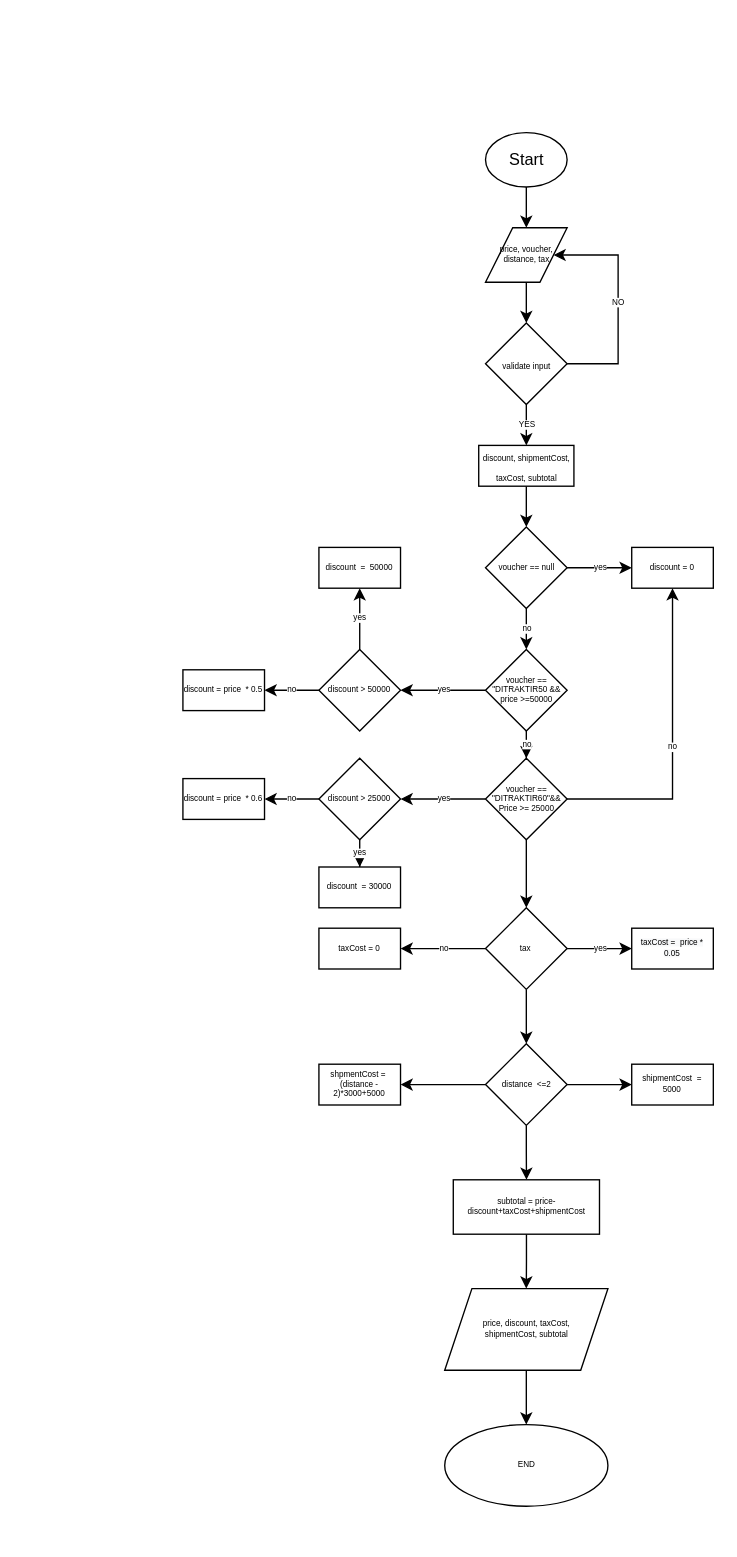
This is fazzFood.drawio from mindkeeper/code-implementation, a draw.io file, before an edit. Source tidied: cells renumbered, new cells numbered last; positions are measured from the earlier drawing's top-left corner, leaving out a move shared by most shapes. Both pictures are drawn from the tidied source at 136%, with x=0, y=0 at pixel (182, 132).
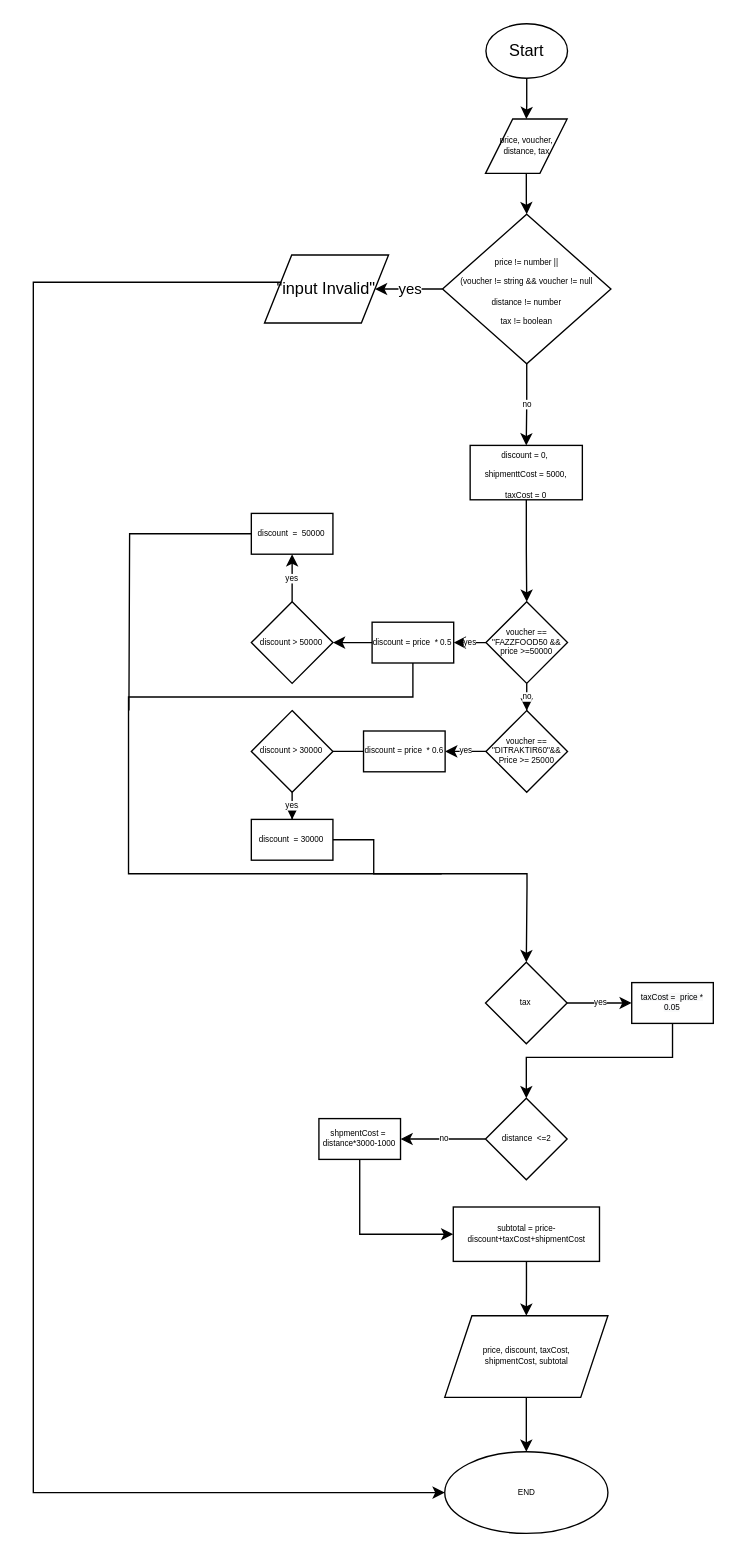
The same diagram, later.

The edit, as a diff of the source:
```diff
@@
     <mxCell id="3" value="Start" style="ellipse;whiteSpace=wrap;html=1;" parent="1" vertex="1">
-      <mxGeometry x="222.5" width="60" height="40" as="geometry" />
+      <mxGeometry x="222.8" y="-80" width="60" height="40" as="geometry" />
     </mxCell>
@@
     <mxCell id="5" value="&lt;font style=&quot;font-size: 6px;&quot;&gt;price, voucher, distance, tax&lt;/font&gt;" style="shape=parallelogram;perimeter=parallelogramPerimeter;whiteSpace=wrap;html=1;fixedSize=1;fontSize=6;" parent="1" vertex="1">
-      <mxGeometry x="222.5" y="70" width="60" height="40" as="geometry" />
+      <mxGeometry x="222.5" y="-10" width="60" height="40" as="geometry" />
     </mxCell>
-    <mxCell id="6" value="YES" style="edgeStyle=orthogonalEdgeStyle;rounded=0;jettySize=auto;html=1;fontSize=6;" parent="1" edge="1" source="8" target="10">
+    <mxCell id="6" value="no" style="edgeStyle=orthogonalEdgeStyle;rounded=0;jettySize=auto;html=1;fontSize=6;entryX=0.5;entryY=0;entryDx=0;entryDy=0;" parent="1" edge="1" source="8" target="10">
       <mxGeometry relative="1" as="geometry" />
     </mxCell>
-    <mxCell id="7" value="NO" style="edgeStyle=orthogonalEdgeStyle;rounded=0;jettySize=auto;html=1;entryX=1;entryY=0.5;entryDx=0;entryDy=0;fontSize=6;exitX=1;exitY=0.5;exitDx=0;exitDy=0;" parent="1" edge="1" source="8" target="5">
-      <mxGeometry relative="1" as="geometry">
-        <Array as="points">
-          <mxPoint x="320" y="170" />
-          <mxPoint x="320" y="90" />
-        </Array>
-      </mxGeometry>
-    </mxCell>
+    <mxCell id="49" value="yes" style="edgeStyle=orthogonalEdgeStyle;rounded=0;jettySize=auto;html=1;strokeColor=#000000;" parent="1" edge="1" source="8" target="56">
+      <mxGeometry relative="1" as="geometry" />
+    </mxCell>
-    <mxCell id="8" value="&lt;font style=&quot;font-size: 6px;&quot;&gt;validate input&lt;/font&gt;" style="rhombus;whiteSpace=wrap;html=1;" parent="1" vertex="1">
-      <mxGeometry x="222.5" y="140" width="60" height="60" as="geometry" />
+    <mxCell id="8" value="&lt;span style=&quot;font-size: 6px;&quot;&gt;price != number || &lt;br&gt;(voucher != string &amp;amp;&amp;amp; voucher != null&lt;br&gt;distance != number&lt;br&gt;tax != boolean&lt;br&gt;&lt;/span&gt;" style="rhombus;whiteSpace=wrap;html=1;" parent="1" vertex="1">
+      <mxGeometry x="190.9" y="60" width="123.8" height="110" as="geometry" />
     </mxCell>
-    <mxCell id="9" style="edgeStyle=orthogonalEdgeStyle;rounded=0;jettySize=auto;html=1;fontSize=6;" parent="1" edge="1" source="10" target="13">
+    <mxCell id="9" style="edgeStyle=orthogonalEdgeStyle;rounded=0;jettySize=auto;html=1;fontSize=6;entryX=0.5;entryY=0;entryDx=0;entryDy=0;" parent="1" edge="1" source="10" target="21">
       <mxGeometry relative="1" as="geometry" />
     </mxCell>
-    <mxCell id="10" value="&lt;font style=&quot;font-size: 6px;&quot;&gt;discount, shipmentCost, taxCost, subtotal&lt;/font&gt;" style="whiteSpace=wrap;html=1;" parent="1" vertex="1">
-      <mxGeometry x="217.5" y="230" width="70" height="30" as="geometry" />
+    <mxCell id="10" value="&lt;font style=&quot;font-size: 6px;&quot;&gt;discount = 0,&amp;nbsp; &lt;br&gt;shipmenttCost = 5000,&lt;br&gt;taxCost = 0&lt;br&gt;&lt;/font&gt;" style="whiteSpace=wrap;html=1;" parent="1" vertex="1">
+      <mxGeometry x="211.2" y="230" width="82.5" height="40" as="geometry" />
     </mxCell>
-    <mxCell id="11" value="yes" style="edgeStyle=orthogonalEdgeStyle;rounded=0;jettySize=auto;html=1;fontSize=6;" parent="1" edge="1" source="13" target="14">
-      <mxGeometry relative="1" as="geometry" />
-    </mxCell>
-    <mxCell id="12" value="no" style="edgeStyle=orthogonalEdgeStyle;rounded=0;jettySize=auto;html=1;fontSize=6;" parent="1" edge="1" source="13" target="21">
-      <mxGeometry relative="1" as="geometry" />
-    </mxCell>
-    <mxCell id="13" value="voucher == null" style="rhombus;whiteSpace=wrap;html=1;fontSize=6;" parent="1" vertex="1">
-      <mxGeometry x="222.5" y="290" width="60" height="60" as="geometry" />
-    </mxCell>
-    <mxCell id="14" value="discount = 0" style="whiteSpace=wrap;html=1;fontSize=6;" parent="1" vertex="1">
-      <mxGeometry x="330" y="305" width="60" height="30" as="geometry" />
-    </mxCell>
-    <mxCell id="15" value="no" style="edgeStyle=orthogonalEdgeStyle;rounded=0;jettySize=auto;html=1;fontSize=6;" parent="1" edge="1" source="18" target="14">
-      <mxGeometry relative="1" as="geometry">
-        <Array as="points">
-          <mxPoint x="360" y="490" />
-        </Array>
-      </mxGeometry>
-    </mxCell>
-    <mxCell id="16" value="yes" style="edgeStyle=orthogonalEdgeStyle;rounded=0;jettySize=auto;html=1;fontSize=6;" parent="1" edge="1" source="18" target="29">
+    <mxCell id="16" value="yes" style="edgeStyle=orthogonalEdgeStyle;rounded=0;jettySize=auto;html=1;fontSize=6;entryX=1;entryY=0.5;entryDx=0;entryDy=0;" parent="1" edge="1" source="18" target="30">
       <mxGeometry relative="1" as="geometry" />
     </mxCell>
-    <mxCell id="17" style="edgeStyle=orthogonalEdgeStyle;rounded=0;jettySize=auto;html=1;fontSize=6;" parent="1" edge="1" source="18" target="35">
-      <mxGeometry relative="1" as="geometry" />
-    </mxCell>
     <mxCell id="18" value="voucher == &quot;DITRAKTIR60&quot;&amp;amp;&amp;amp;&lt;br&gt;Price &amp;gt;= 25000" style="rhombus;whiteSpace=wrap;html=1;fontSize=6;" parent="1" vertex="1">
-      <mxGeometry x="222.5" y="460" width="60" height="60" as="geometry" />
+      <mxGeometry x="222.8" y="425" width="60" height="60" as="geometry" />
     </mxCell>
@@
-    <mxCell id="20" value="yes" style="edgeStyle=orthogonalEdgeStyle;rounded=0;jettySize=auto;html=1;fontSize=6;" parent="1" edge="1" source="21" target="24">
-      <mxGeometry relative="1" as="geometry" />
-    </mxCell>
+    <mxCell id="50" value="yes" style="edgeStyle=orthogonalEdgeStyle;rounded=0;jettySize=auto;html=1;strokeColor=#000000;fontSize=6;" parent="1" edge="1" source="21" target="26">
+      <mxGeometry relative="1" as="geometry" />
+    </mxCell>
-    <mxCell id="21" value="voucher == &quot;DITRAKTIR50 &amp;amp;&amp;amp;&lt;br&gt;price &amp;gt;=50000" style="rhombus;whiteSpace=wrap;html=1;fontSize=6;" parent="1" vertex="1">
-      <mxGeometry x="222.5" y="380" width="60" height="60" as="geometry" />
+    <mxCell id="21" value="voucher == &quot;FAZZFOOD50 &amp;amp;&amp;amp;&lt;br&gt;price &amp;gt;=50000" style="rhombus;whiteSpace=wrap;html=1;fontSize=6;" parent="1" vertex="1">
+      <mxGeometry x="222.8" y="345" width="60" height="60" as="geometry" />
     </mxCell>
@@
-    <mxCell id="23" value="no" style="edgeStyle=orthogonalEdgeStyle;rounded=0;jettySize=auto;html=1;fontSize=6;" parent="1" edge="1" source="24" target="26">
-      <mxGeometry relative="1" as="geometry" />
-    </mxCell>
     <mxCell id="24" value="discount &amp;gt; 50000" style="rhombus;whiteSpace=wrap;html=1;fontSize=6;" parent="1" vertex="1">
-      <mxGeometry x="100" y="380" width="60" height="60" as="geometry" />
+      <mxGeometry x="50.3" y="345" width="60" height="60" as="geometry" />
     </mxCell>
+    <mxCell id="51" style="edgeStyle=orthogonalEdgeStyle;rounded=0;jettySize=auto;html=1;strokeColor=#000000;endArrow=none;endFill=0;" parent="1" edge="1" source="25">
+      <mxGeometry relative="1" as="geometry">
+        <mxPoint x="-39.7" y="425" as="targetPoint" />
+      </mxGeometry>
+    </mxCell>
     <mxCell id="25" value="discount&amp;nbsp; =&amp;nbsp; 50000" style="whiteSpace=wrap;html=1;fontSize=6;" parent="1" vertex="1">
-      <mxGeometry x="100" y="305" width="60" height="30" as="geometry" />
+      <mxGeometry x="50.3" y="280" width="60" height="30" as="geometry" />
     </mxCell>
-    <mxCell id="26" value="discount = price&amp;nbsp; * 0.5" style="whiteSpace=wrap;html=1;fontSize=6;" parent="1" vertex="1">
-      <mxGeometry y="395" width="60" height="30" as="geometry" />
-    </mxCell>
-    <mxCell id="27" value="no" style="edgeStyle=orthogonalEdgeStyle;rounded=0;jettySize=auto;html=1;fontSize=6;" parent="1" edge="1" source="29" target="30">
-      <mxGeometry relative="1" as="geometry" />
-    </mxCell>
@@
-    <mxCell id="29" value="discount &amp;gt; 25000" style="rhombus;whiteSpace=wrap;html=1;fontSize=6;" parent="1" vertex="1">
-      <mxGeometry x="100" y="460" width="60" height="60" as="geometry" />
+    <mxCell id="29" value="discount &amp;gt; 30000" style="rhombus;whiteSpace=wrap;html=1;fontSize=6;" parent="1" vertex="1">
+      <mxGeometry x="50.3" y="425" width="60" height="60" as="geometry" />
     </mxCell>
-    <mxCell id="30" value="discount = price&amp;nbsp; * 0.6" style="whiteSpace=wrap;html=1;fontSize=6;" parent="1" vertex="1">
-      <mxGeometry y="475" width="60" height="30" as="geometry" />
-    </mxCell>
+    <mxCell id="52" style="edgeStyle=orthogonalEdgeStyle;rounded=0;jettySize=auto;html=1;exitX=1;exitY=0.5;exitDx=0;exitDy=0;strokeColor=#000000;fontSize=6;endArrow=none;endFill=0;" parent="1" edge="1" source="31">
+      <mxGeometry relative="1" as="geometry">
+        <mxPoint x="190.3" y="545" as="targetPoint" />
+        <Array as="points">
+          <mxPoint x="140.3" y="520" />
+          <mxPoint x="140.3" y="545" />
+        </Array>
+      </mxGeometry>
+    </mxCell>
     <mxCell id="31" value="discount&amp;nbsp; = 30000" style="whiteSpace=wrap;html=1;fontSize=6;" parent="1" vertex="1">
-      <mxGeometry x="100" y="540" width="60" height="30" as="geometry" />
+      <mxGeometry x="50.3" y="505" width="60" height="30" as="geometry" />
     </mxCell>
@@
-    <mxCell id="33" value="no" style="edgeStyle=orthogonalEdgeStyle;rounded=0;jettySize=auto;html=1;fontSize=6;" parent="1" edge="1" source="35" target="37">
-      <mxGeometry relative="1" as="geometry" />
-    </mxCell>
-    <mxCell id="34" style="edgeStyle=orthogonalEdgeStyle;rounded=0;jettySize=auto;html=1;fontSize=6;" parent="1" edge="1" source="35" target="41">
-      <mxGeometry relative="1" as="geometry" />
-    </mxCell>
     <mxCell id="35" value="tax&amp;nbsp;" style="rhombus;whiteSpace=wrap;html=1;fontSize=6;" parent="1" vertex="1">
-      <mxGeometry x="222.5" y="570" width="60" height="60" as="geometry" />
+      <mxGeometry x="222.5" y="610" width="60" height="60" as="geometry" />
     </mxCell>
+    <mxCell id="53" style="edgeStyle=orthogonalEdgeStyle;rounded=0;jettySize=auto;html=1;entryX=0.5;entryY=0;entryDx=0;entryDy=0;strokeColor=#000000;fontSize=6;endArrow=classic;endFill=1;" parent="1" edge="1" source="36" target="41">
+      <mxGeometry relative="1" as="geometry">
+        <Array as="points">
+          <mxPoint x="360" y="680" />
+          <mxPoint x="252" y="680" />
+        </Array>
+      </mxGeometry>
+    </mxCell>
     <mxCell id="36" value="&lt;span style=&quot;color: rgb(0, 0, 0); font-family: Helvetica; font-size: 6px; font-style: normal; font-variant-ligatures: normal; font-variant-caps: normal; font-weight: 400; letter-spacing: normal; orphans: 2; text-align: center; text-indent: 0px; text-transform: none; widows: 2; word-spacing: 0px; -webkit-text-stroke-width: 0px; background-color: rgb(248, 249, 250); text-decoration-thickness: initial; text-decoration-style: initial; text-decoration-color: initial; float: none; display: inline !important;&quot;&gt;taxCost =&amp;nbsp; price * 0.05&lt;/span&gt;&lt;br&gt;" style="whiteSpace=wrap;html=1;fontSize=6;" parent="1" vertex="1">
-      <mxGeometry x="330" y="585" width="60" height="30" as="geometry" />
+      <mxGeometry x="330" y="625" width="60" height="30" as="geometry" />
     </mxCell>
-    <mxCell id="37" value="taxCost = 0" style="whiteSpace=wrap;html=1;fontSize=6;" parent="1" vertex="1">
-      <mxGeometry x="100" y="585" width="60" height="30" as="geometry" />
-    </mxCell>
-    <mxCell id="38" style="edgeStyle=orthogonalEdgeStyle;rounded=0;jettySize=auto;html=1;fontSize=6;" parent="1" edge="1" source="41" target="42">
+    <mxCell id="38" value="no" style="edgeStyle=orthogonalEdgeStyle;rounded=0;jettySize=auto;html=1;fontSize=6;" parent="1" edge="1" source="41" target="42">
       <mxGeometry relative="1" as="geometry" />
     </mxCell>
-    <mxCell id="39" style="edgeStyle=orthogonalEdgeStyle;rounded=0;jettySize=auto;html=1;fontSize=6;" parent="1" edge="1" source="41" target="43">
-      <mxGeometry relative="1" as="geometry" />
-    </mxCell>
-    <mxCell id="40" style="edgeStyle=orthogonalEdgeStyle;rounded=0;jettySize=auto;html=1;fontSize=6;" parent="1" edge="1" source="41" target="45">
-      <mxGeometry relative="1" as="geometry" />
-    </mxCell>
     <mxCell id="41" value="distance&amp;nbsp; &amp;lt;=2" style="rhombus;whiteSpace=wrap;html=1;fontSize=6;" parent="1" vertex="1">
-      <mxGeometry x="222.5" y="670" width="60" height="60" as="geometry" />
+      <mxGeometry x="222.5" y="710" width="60" height="60" as="geometry" />
     </mxCell>
+    <mxCell id="54" style="edgeStyle=orthogonalEdgeStyle;rounded=0;jettySize=auto;html=1;entryX=0;entryY=0.5;entryDx=0;entryDy=0;strokeColor=#000000;fontSize=6;endArrow=classic;endFill=1;" parent="1" edge="1" source="42" target="45">
+      <mxGeometry relative="1" as="geometry">
+        <Array as="points">
+          <mxPoint x="130" y="810" />
+        </Array>
+      </mxGeometry>
+    </mxCell>
-    <mxCell id="42" value="shpmentCost =&amp;nbsp; (distance - 2)*3000+5000" style="whiteSpace=wrap;html=1;fontSize=6;" parent="1" vertex="1">
-      <mxGeometry x="100" y="685" width="60" height="30" as="geometry" />
+    <mxCell id="42" value="shpmentCost =&amp;nbsp; distance*3000-1000" style="whiteSpace=wrap;html=1;fontSize=6;" parent="1" vertex="1">
+      <mxGeometry x="100" y="725" width="60" height="30" as="geometry" />
     </mxCell>
-    <mxCell id="43" value="shipmentCost&amp;nbsp; = 5000" style="whiteSpace=wrap;html=1;fontSize=6;" parent="1" vertex="1">
-      <mxGeometry x="330" y="685" width="60" height="30" as="geometry" />
-    </mxCell>
@@
     <mxCell id="45" value="subtotal = price-discount+taxCost+shipmentCost" style="whiteSpace=wrap;html=1;fontSize=6;" parent="1" vertex="1">
-      <mxGeometry x="198.8" y="770" width="107.5" height="40" as="geometry" />
+      <mxGeometry x="198.8" y="790" width="107.5" height="40" as="geometry" />
     </mxCell>
@@
     <mxCell id="47" value="price, discount, taxCost, &lt;br&gt;shipmentCost, subtotal" style="shape=parallelogram;perimeter=parallelogramPerimeter;whiteSpace=wrap;html=1;fixedSize=1;fontSize=6;" parent="1" vertex="1">
-      <mxGeometry x="192.5" y="850" width="120" height="60" as="geometry" />
+      <mxGeometry x="192.5" y="870" width="120" height="60" as="geometry" />
     </mxCell>
     <mxCell id="48" value="END" style="ellipse;whiteSpace=wrap;html=1;fontSize=6;" parent="1" vertex="1">
-      <mxGeometry x="192.5" y="950" width="120" height="60" as="geometry" />
+      <mxGeometry x="192.5" y="970" width="120" height="60" as="geometry" />
     </mxCell>
+    <mxCell id="55" style="edgeStyle=orthogonalEdgeStyle;rounded=0;jettySize=auto;html=1;entryX=0;entryY=0.5;entryDx=0;entryDy=0;strokeColor=#000000;" parent="1" edge="1" source="56" target="48">
+      <mxGeometry relative="1" as="geometry">
+        <Array as="points">
+          <mxPoint x="-110" y="110" />
+          <mxPoint x="-110" y="1000" />
+        </Array>
+      </mxGeometry>
+    </mxCell>
+    <mxCell id="56" value="&quot;input Invalid&quot;" style="shape=parallelogram;perimeter=parallelogramPerimeter;whiteSpace=wrap;html=1;fixedSize=1;" parent="1" vertex="1">
+      <mxGeometry x="60" y="90" width="91.2" height="50" as="geometry" />
+    </mxCell>
+    <mxCell id="57" style="edgeStyle=orthogonalEdgeStyle;rounded=0;jettySize=auto;html=1;strokeColor=#000000;" parent="1" edge="1" source="26" target="24">
+      <mxGeometry relative="1" as="geometry" />
+    </mxCell>
+    <mxCell id="58" style="edgeStyle=orthogonalEdgeStyle;rounded=0;jettySize=auto;html=1;strokeColor=#000000;entryX=0.5;entryY=0;entryDx=0;entryDy=0;" parent="1" edge="1" source="26" target="35">
+      <mxGeometry relative="1" as="geometry">
+        <Array as="points">
+          <mxPoint x="169" y="415" />
+          <mxPoint x="-40" y="415" />
+          <mxPoint x="-40" y="545" />
+          <mxPoint x="253" y="545" />
+          <mxPoint x="253" y="555" />
+          <mxPoint x="253" y="555" />
+        </Array>
+      </mxGeometry>
+    </mxCell>
+    <mxCell id="26" value="discount = price&amp;nbsp; * 0.5" style="whiteSpace=wrap;html=1;fontSize=6;" parent="1" vertex="1">
+      <mxGeometry x="139.1" y="360" width="60" height="30" as="geometry" />
+    </mxCell>
+    <mxCell id="59" style="edgeStyle=orthogonalEdgeStyle;rounded=0;jettySize=auto;html=1;entryX=1;entryY=0.5;entryDx=0;entryDy=0;strokeColor=#000000;fontSize=6;endArrow=none;endFill=0;" parent="1" edge="1" source="30" target="29">
+      <mxGeometry relative="1" as="geometry" />
+    </mxCell>
+    <mxCell id="30" value="discount = price&amp;nbsp; * 0.6" style="whiteSpace=wrap;html=1;fontSize=6;" parent="1" vertex="1">
+      <mxGeometry x="132.8" y="440" width="60" height="30" as="geometry" />
+    </mxCell>
```
